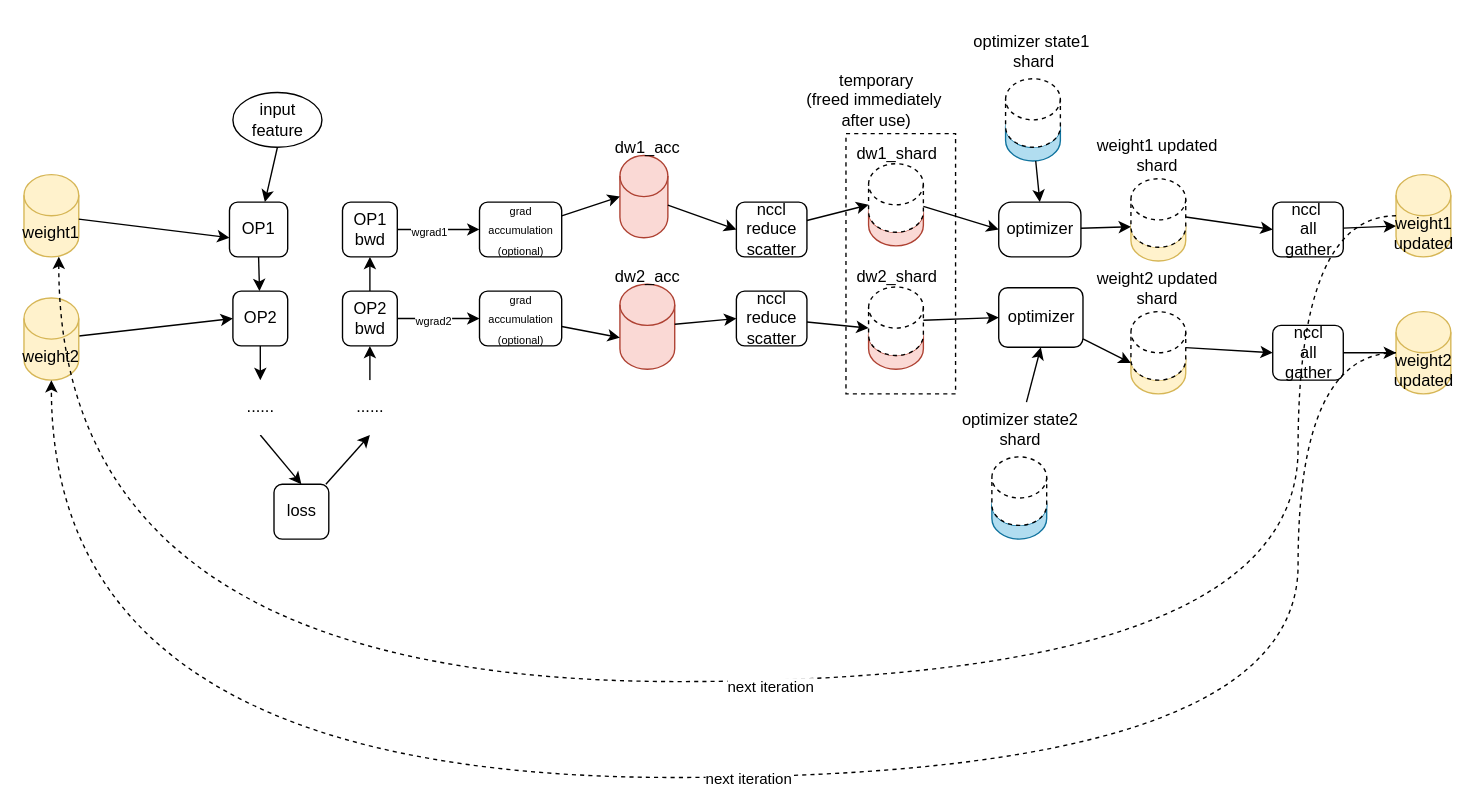
Above: zero1.drawio in thereAreDemonsNearby/DynamoRIOAndDrCCTProfNotes (draw.io), before the change. Source tidied: cells renumbered, new cells numbered last; positions are measured from the earlier drawing's top-left corner, leaving out a move shared by most shapes. Both pictures are drawn from the tidied source at 137%, with x=0, y=0 at pixel (23, 23).
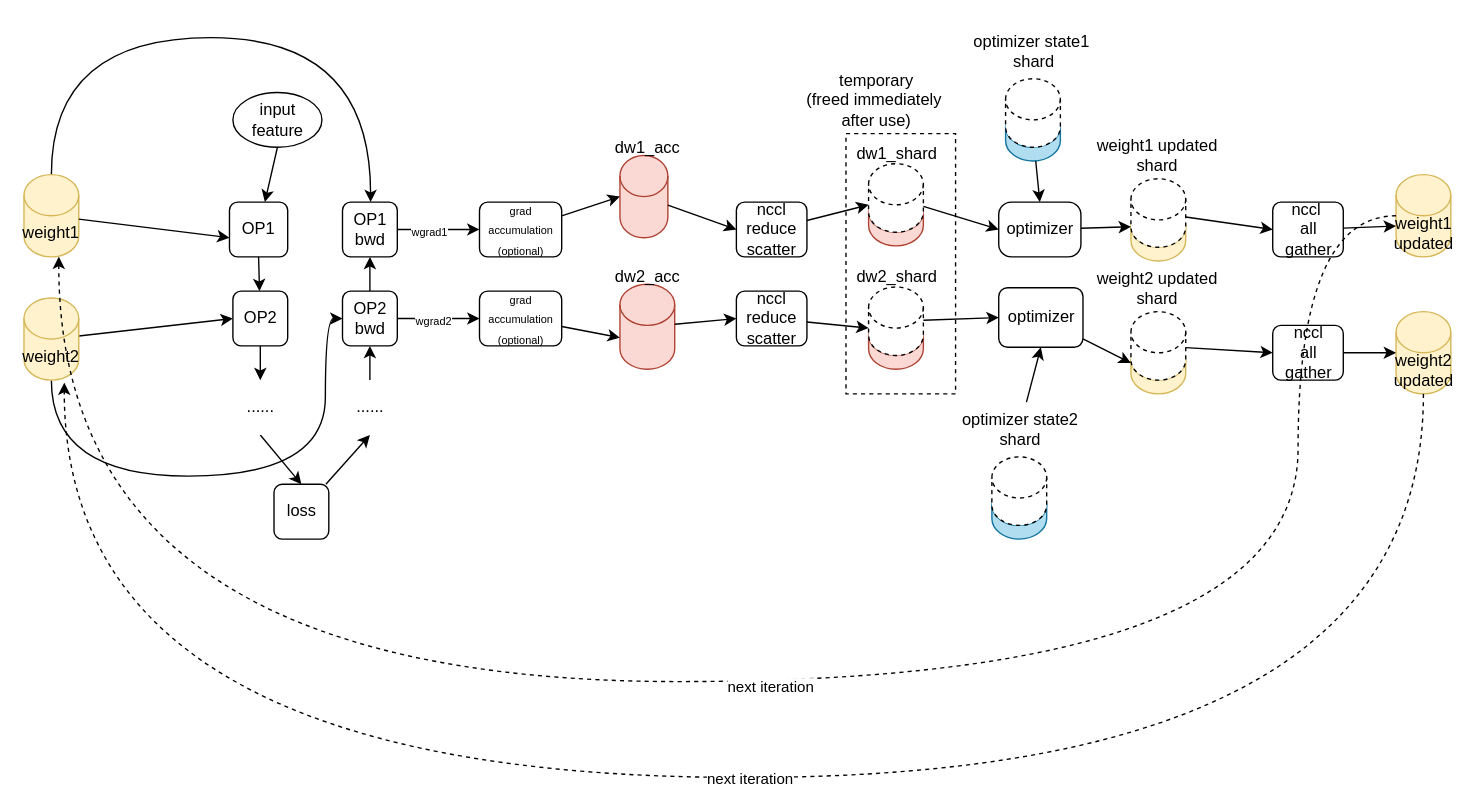
The same diagram, later.

The change refers to these unchanged cells:
```xml
<mxCell id="14" value="&lt;div&gt;OP2&lt;/div&gt;&lt;div&gt;bwd&lt;/div&gt;" style="rounded=1;whiteSpace=wrap;html=1;" parent="1" vertex="1">
  <mxGeometry x="232.5" y="195" width="40" height="40" as="geometry" />
</mxCell>
<mxCell id="17" value="&lt;div&gt;OP1&lt;/div&gt;&lt;div&gt;bwd&lt;/div&gt;" style="rounded=1;whiteSpace=wrap;html=1;" parent="1" vertex="1">
  <mxGeometry x="232.5" y="130" width="40" height="40" as="geometry" />
</mxCell>
<mxCell id="28" value="weight1" style="shape=cylinder3;whiteSpace=wrap;html=1;boundedLbl=1;backgroundOutline=1;size=15;fillColor=#fff2cc;strokeColor=#d6b656;" parent="1" vertex="1">
  <mxGeometry y="110" width="40" height="60" as="geometry" />
</mxCell>
<mxCell id="30" value="weight2" style="shape=cylinder3;whiteSpace=wrap;html=1;boundedLbl=1;backgroundOutline=1;size=15;fillColor=#fff2cc;strokeColor=#d6b656;" parent="1" vertex="1">
  <mxGeometry y="200" width="40" height="60" as="geometry" />
</mxCell>
<mxCell id="33" value="&lt;div&gt;weight2&lt;/div&gt;&lt;div&gt;updated&lt;/div&gt;" style="shape=cylinder3;whiteSpace=wrap;html=1;boundedLbl=1;backgroundOutline=1;size=15;fillColor=#fff2cc;strokeColor=#d6b656;" parent="1" vertex="1">
  <mxGeometry x="1001.5" y="210" width="40" height="60" as="geometry" />
</mxCell>
```

Diff of the diagram source:
```diff
@@
+    <mxCell id="88" style="edgeStyle=orthogonalEdgeStyle;rounded=0;jettySize=auto;html=1;curved=1;" parent="1" edge="1" source="28" target="17">
+      <mxGeometry relative="1" as="geometry">
+        <Array as="points">
+          <mxPoint x="20" y="10" />
+          <mxPoint x="253" y="10" />
+        </Array>
+      </mxGeometry>
+    </mxCell>
@@
+    <mxCell id="89" style="edgeStyle=orthogonalEdgeStyle;rounded=0;jettySize=auto;html=1;entryX=0;entryY=0.5;entryDx=0;entryDy=0;curved=1;" parent="1" edge="1" source="30" target="14">
+      <mxGeometry relative="1" as="geometry">
+        <Array as="points">
+          <mxPoint x="20" y="330" />
+          <mxPoint x="220" y="330" />
+          <mxPoint x="220" y="215" />
+        </Array>
+      </mxGeometry>
+    </mxCell>
@@
-    <mxCell id="74" style="edgeStyle=orthogonalEdgeStyle;rounded=0;jettySize=auto;html=1;entryX=0.5;entryY=1;entryDx=0;entryDy=0;entryPerimeter=0;curved=1;dashed=1;" parent="1" edge="1" source="33" target="30">
+    <mxCell id="74" style="edgeStyle=orthogonalEdgeStyle;rounded=0;jettySize=auto;html=1;entryX=0.735;entryY=1.03;entryDx=0;entryDy=0;entryPerimeter=0;curved=1;dashed=1;" parent="1" edge="1" source="33" target="30">
       <mxGeometry relative="1" as="geometry">
         <Array as="points">
-          <mxPoint x="930" y="550" />
-          <mxPoint x="20" y="550" />
+          <mxPoint x="1021" y="550" />
+          <mxPoint x="29" y="550" />
         </Array>
       </mxGeometry>
     </mxCell>
```
